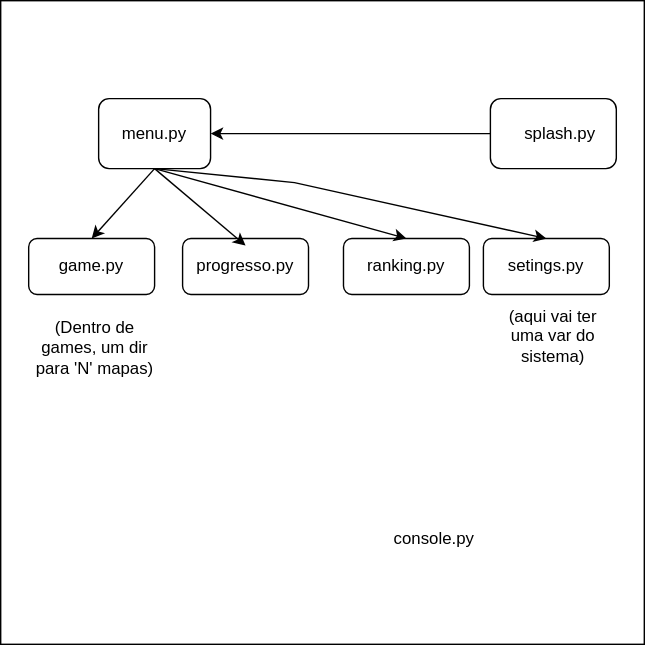
The draw.io diagram planjamento.drawio.svg in JJ-s-Rouguelike/Campanha, before a commit. Source tidied: cells renumbered, new cells last; positions are measured from the earlier drawing's top-left corner, leaving out a move shared by most shapes.
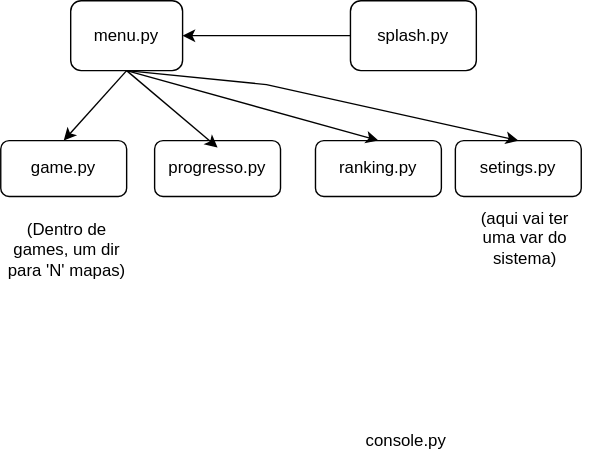
The same diagram one commit later.

Diff of the diagram source:
```diff
@@ -2,9 +2,6 @@
   <root>
     <mxCell id="0" />
     <mxCell id="1" parent="0" />
-    <mxCell id="2" style="whiteSpace=wrap;html=1;" parent="1" vertex="1">
-      <mxGeometry width="460" height="460" as="geometry" />
-    </mxCell>
     <mxCell id="3" value="console.py" style="text;html=1;strokeColor=none;fillColor=none;align=center;verticalAlign=middle;whiteSpace=wrap;rounded=0;" parent="1" vertex="1">
       <mxGeometry x="280" y="370" width="60" height="30" as="geometry" />
     </mxCell>
@@ -18,10 +15,10 @@
       <mxGeometry relative="1" as="geometry" />
     </mxCell>
     <mxCell id="7" style="rounded=1;whiteSpace=wrap;html=1;" parent="1" vertex="1">
-      <mxGeometry x="350" y="70" width="90" height="50" as="geometry" />
+      <mxGeometry x="270" y="70" width="90" height="50" as="geometry" />
     </mxCell>
     <mxCell id="8" value="splash.py" style="text;html=1;strokeColor=none;fillColor=none;align=center;verticalAlign=middle;whiteSpace=wrap;rounded=0;" parent="1" vertex="1">
-      <mxGeometry x="370" y="80" width="60" height="30" as="geometry" />
+      <mxGeometry x="285" y="80" width="60" height="30" as="geometry" />
     </mxCell>
     <mxCell id="9" style="rounded=1;whiteSpace=wrap;html=1;" parent="1" vertex="1">
       <mxGeometry x="20" y="170" width="90" height="40" as="geometry" />
```
